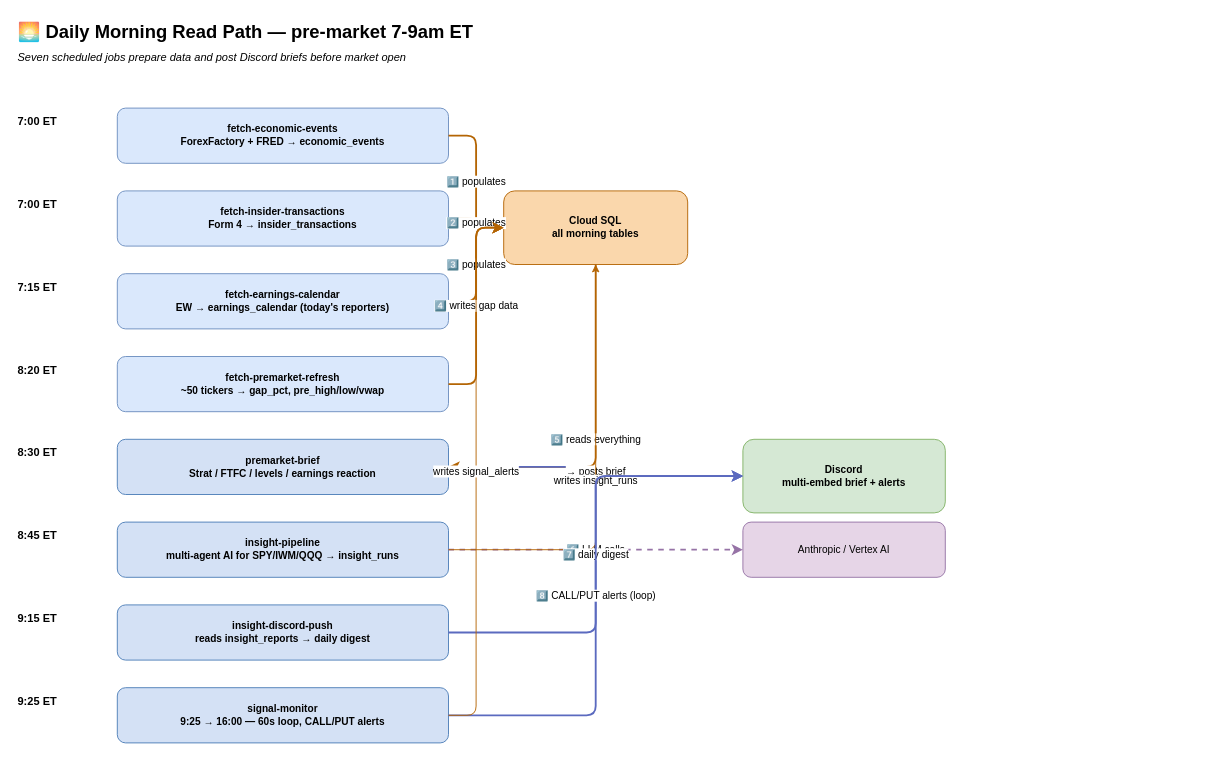
Earlier version of the draw.io diagram page "🌅 Morning Read" (3 of 7) of Architecture.drawio (TeneikaAskew/stocks). Source tidied: cells renumbered, new cells numbered last; positions are measured from the earlier drawing's top-left corner, leaving out a move shared by most shapes. Both pictures are drawn from the tidied source at 92%, with x=0, y=0 at pixel (16, 16).
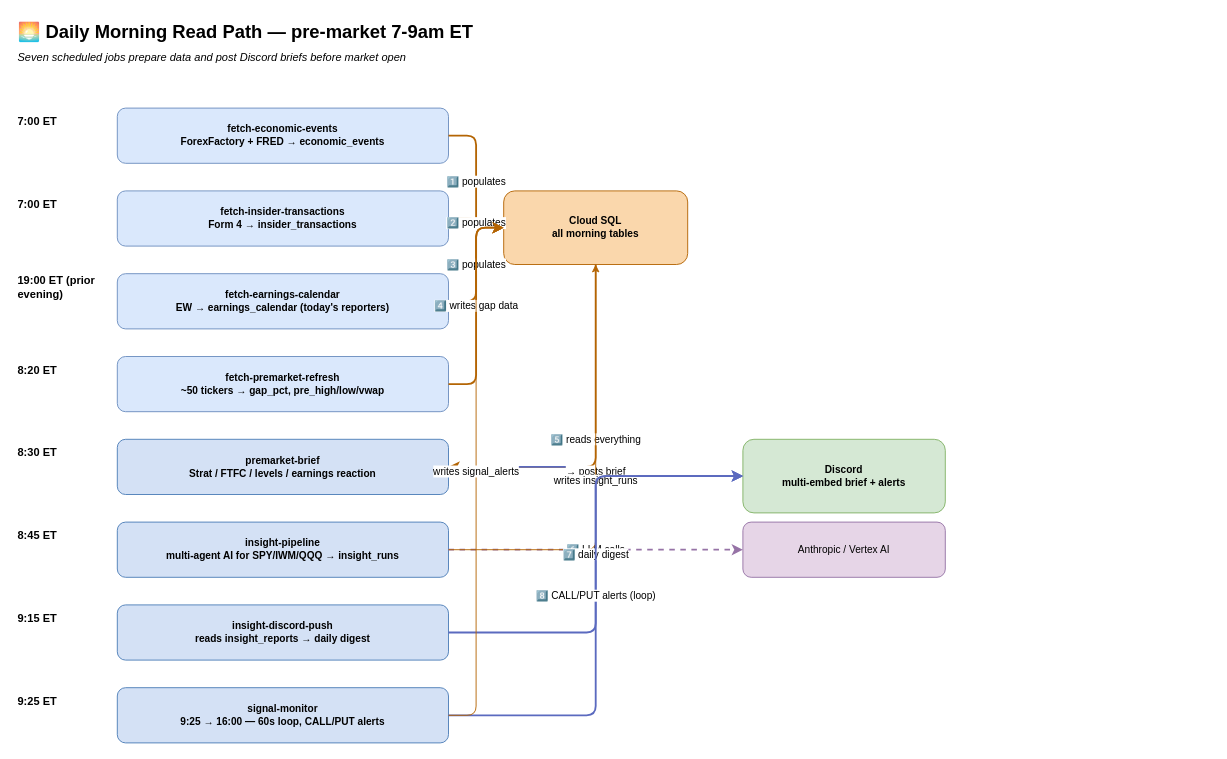
After the change.

What changed in the source:
```diff
@@
-    <mxCell id="6" value="7:15 ET" style="text;html=1;strokeColor=none;fillColor=none;align=left;verticalAlign=middle;whiteSpace=wrap;rounded=0;fontSize=12;fontStyle=1;" parent="1" vertex="1">
+    <mxCell id="6" value="19:00 ET (prior evening)" style="text;html=1;strokeColor=none;fillColor=none;align=left;verticalAlign=middle;whiteSpace=wrap;rounded=0;fontSize=12;fontStyle=1;" parent="1" vertex="1">
       <mxGeometry y="280" width="90" height="30" as="geometry" />
     </mxCell>
```
